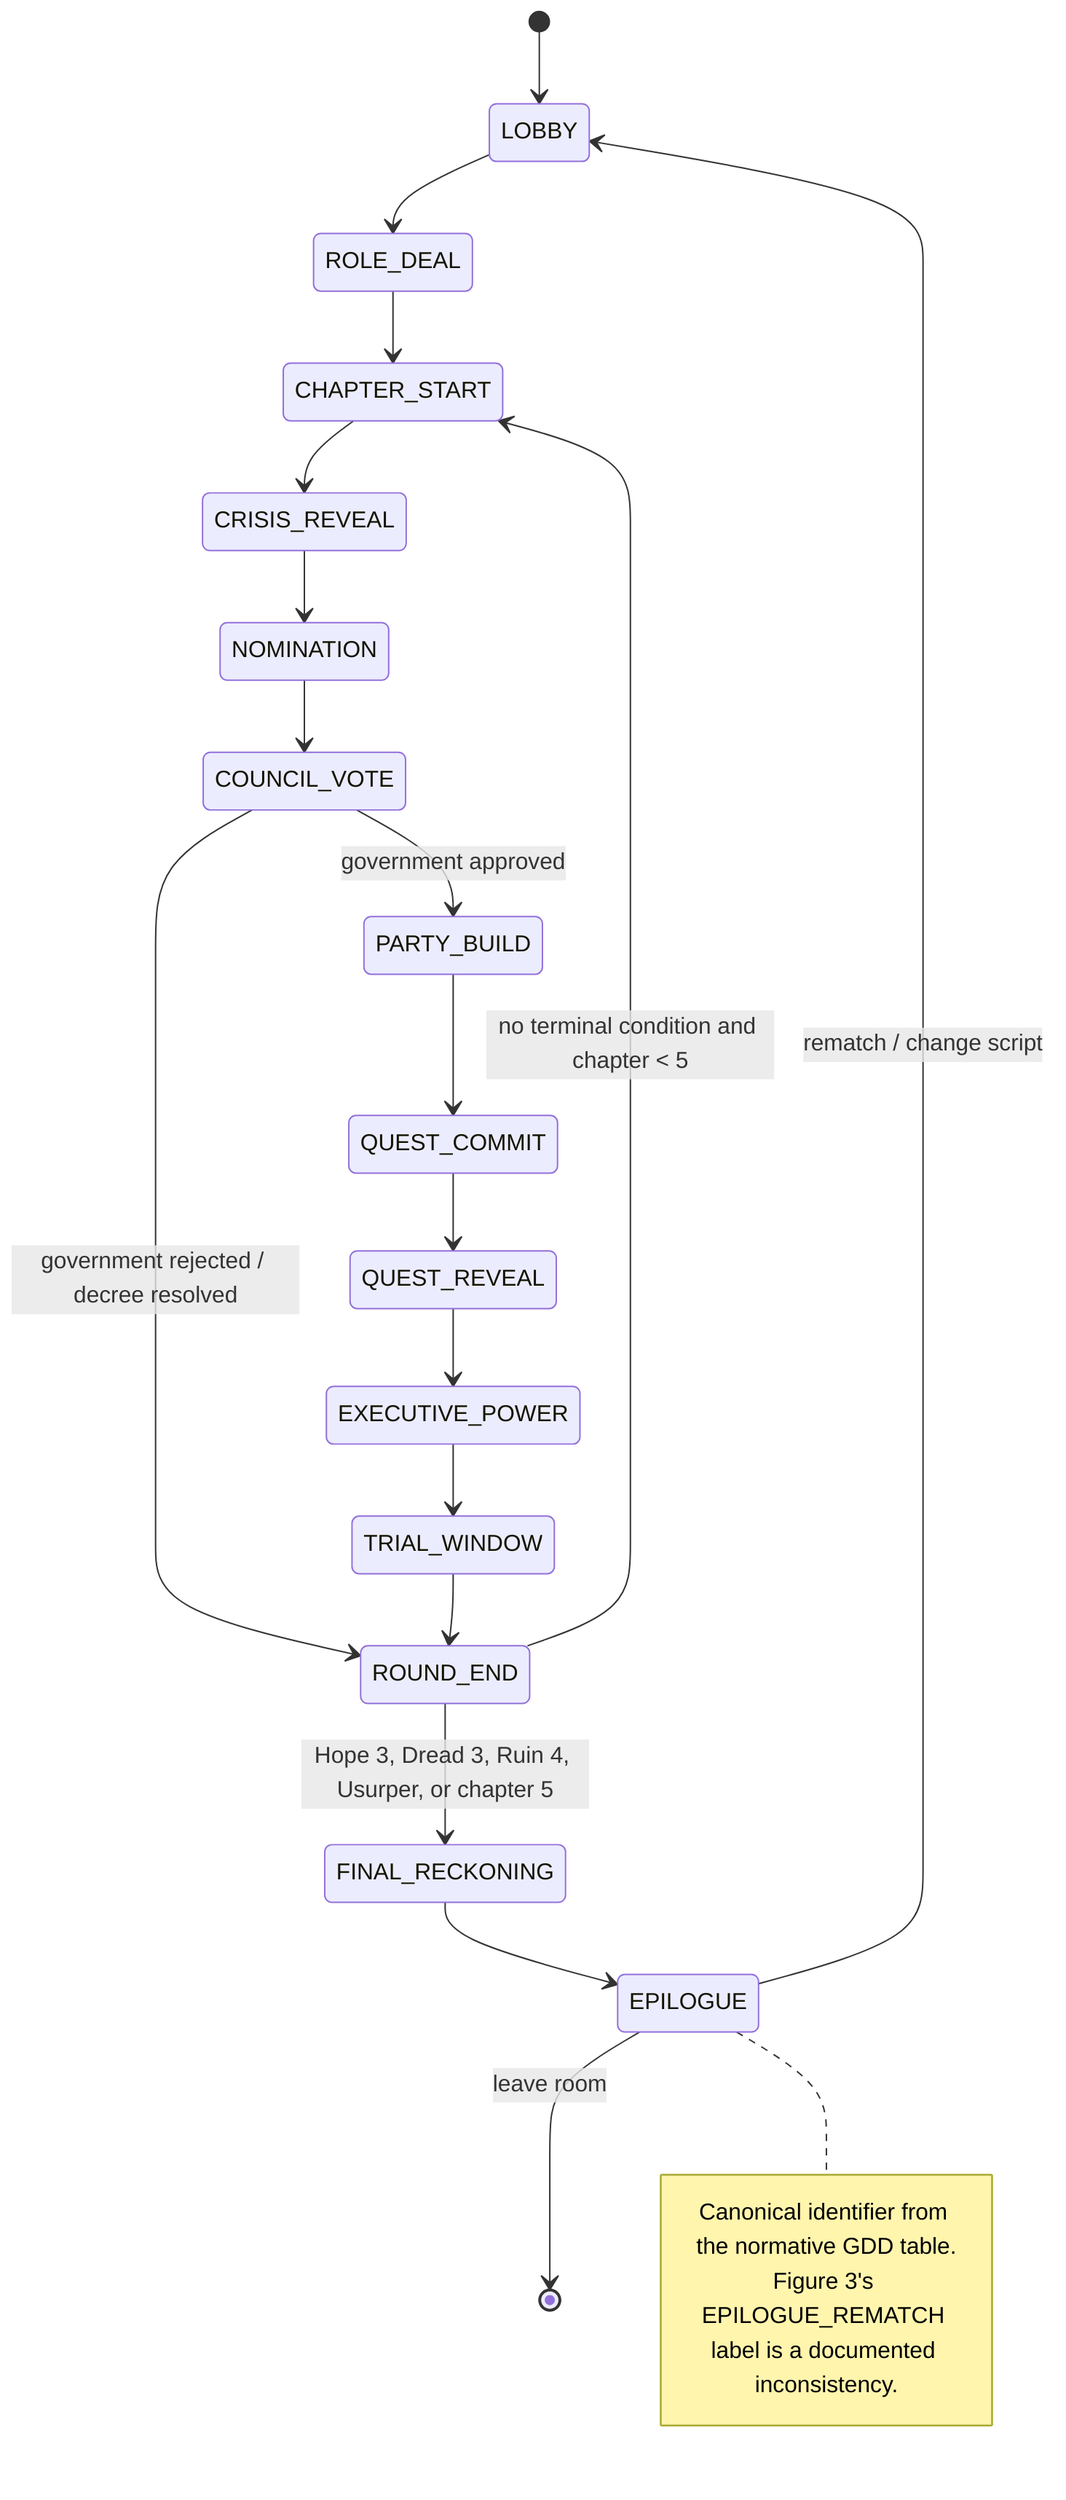
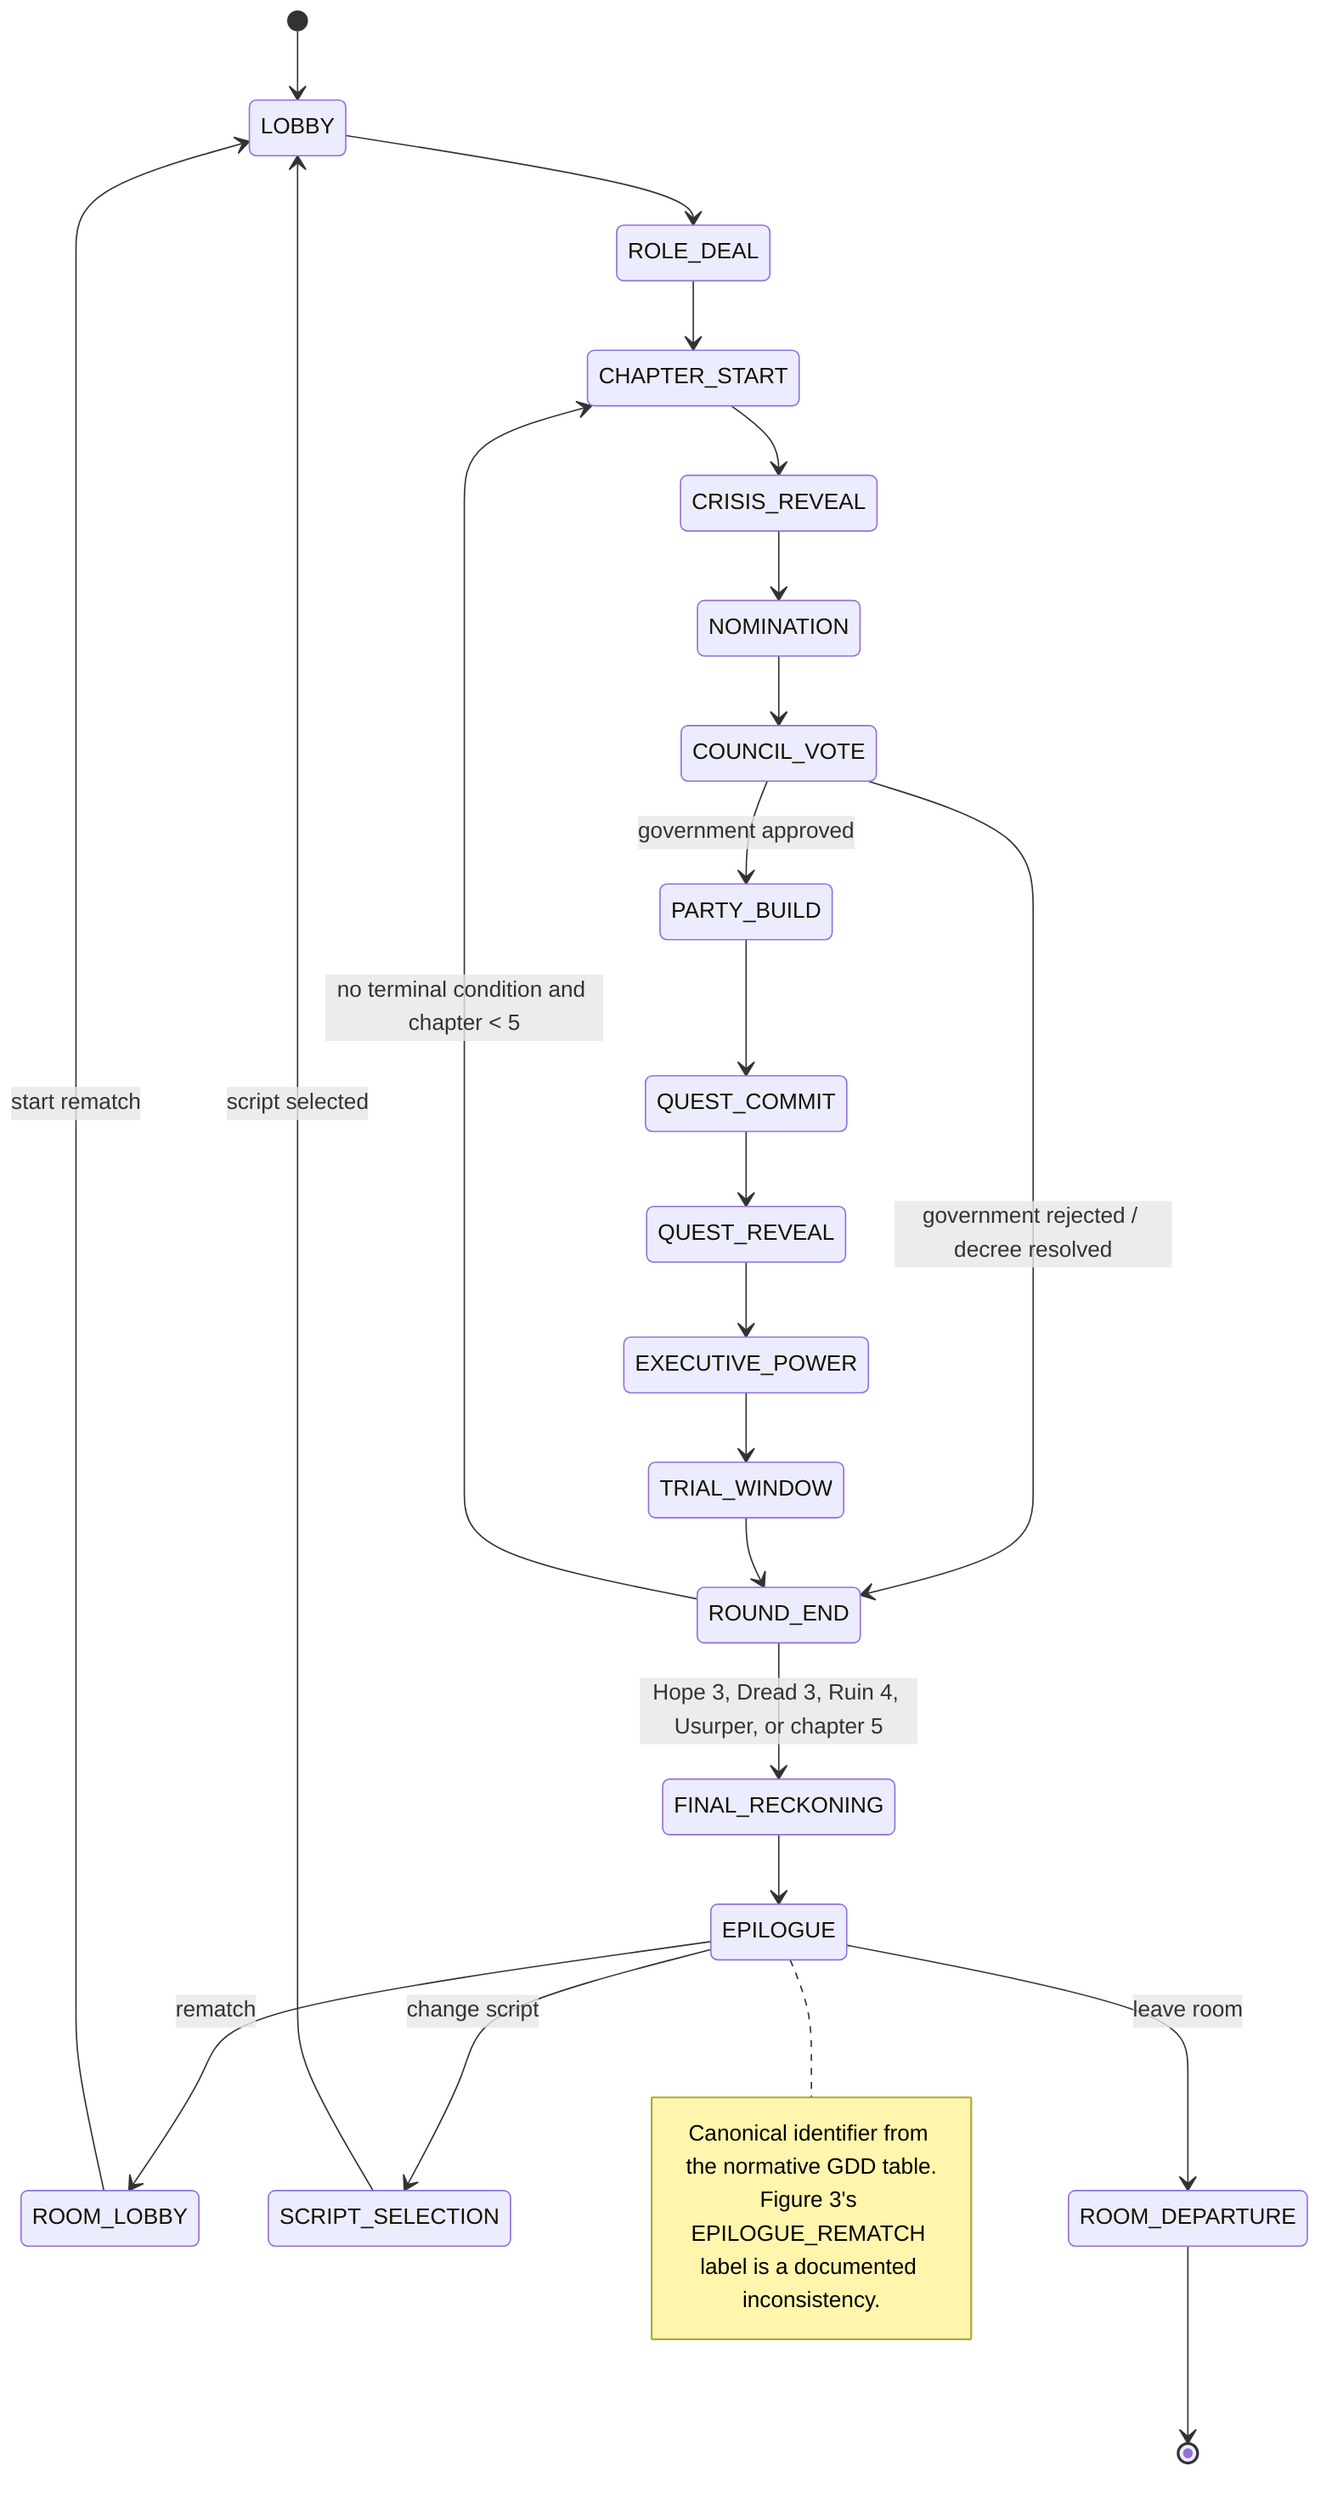
stateDiagram-v2
    [*] --> LOBBY
    LOBBY --> ROLE_DEAL
    ROLE_DEAL --> CHAPTER_START
    CHAPTER_START --> CRISIS_REVEAL
    CRISIS_REVEAL --> NOMINATION
    NOMINATION --> COUNCIL_VOTE
    COUNCIL_VOTE --> PARTY_BUILD: government approved
    COUNCIL_VOTE --> ROUND_END: government rejected / decree resolved
    PARTY_BUILD --> QUEST_COMMIT
    QUEST_COMMIT --> QUEST_REVEAL
    QUEST_REVEAL --> EXECUTIVE_POWER
    EXECUTIVE_POWER --> TRIAL_WINDOW
    TRIAL_WINDOW --> ROUND_END
    ROUND_END --> CHAPTER_START: no terminal condition and chapter < 5
    ROUND_END --> FINAL_RECKONING: Hope 3, Dread 3, Ruin 4, Usurper, or chapter 5
    FINAL_RECKONING --> EPILOGUE
-     EPILOGUE --> LOBBY: rematch / change script
-     EPILOGUE --> [*]: leave room
+     EPILOGUE --> ROOM_LOBBY: rematch
+     EPILOGUE --> SCRIPT_SELECTION: change script
+     EPILOGUE --> ROOM_DEPARTURE: leave room
+     ROOM_LOBBY --> LOBBY: start rematch
+     SCRIPT_SELECTION --> LOBBY: script selected
+     ROOM_DEPARTURE --> [*]

    note right of EPILOGUE
      Canonical identifier from the normative GDD table.
      Figure 3's EPILOGUE_REMATCH label is a documented inconsistency.
    end note
